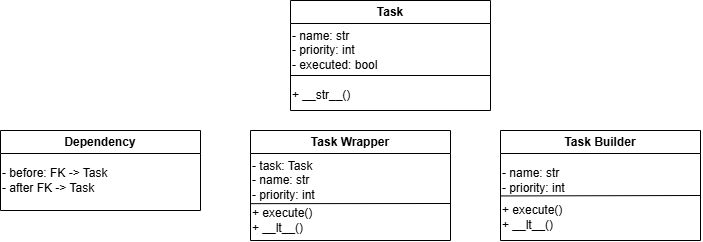
Earlier version of the draw.io export TaskScheduler/TaskSchedulerUML.drawio.png (ashu7mishra/Django). Source tidied: cells renumbered, new cells last; positions are measured from the earlier drawing's top-left corner, leaving out a move shared by most shapes.
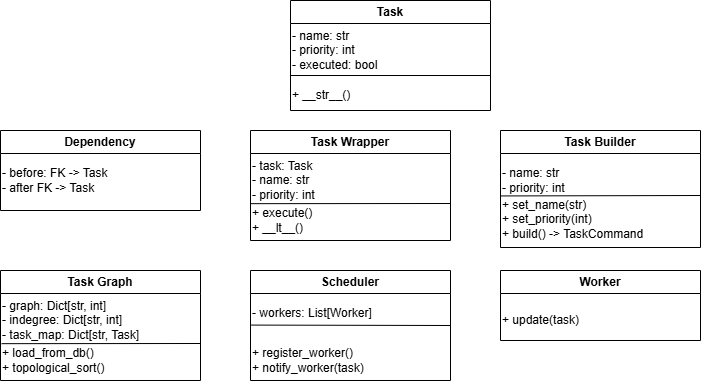
The same file after the commit.

Diff of the diagram source:
```diff
@@ -41,21 +41,64 @@
       </mxGeometry>
     </mxCell>
     <mxCell id="13" style="group;" parent="1" vertex="1">
-      <mxGeometry x="500" y="130" width="200" height="110" as="geometry" />
+      <mxGeometry x="500" y="130" width="200" height="117" as="geometry" />
     </mxCell>
     <mxCell id="14" value="Task Builder" style="swimlane;whiteSpace=wrap;html=1;startSize=23;" parent="13" vertex="1">
-      <mxGeometry width="200" height="110" as="geometry" />
+      <mxGeometry width="200" height="117" as="geometry" />
     </mxCell>
     <mxCell id="15" value="- name: str&lt;div&gt;- priority: int&lt;/div&gt;" style="text;html=1;align=left;verticalAlign=middle;points=[];strokeColor=none;fillColor=none;" parent="14" vertex="1">
       <mxGeometry y="30" width="90" height="40" as="geometry" />
     </mxCell>
-    <mxCell id="16" value="+ execute()&lt;div&gt;+ __lt__()&lt;/div&gt;" style="text;html=1;align=left;verticalAlign=middle;strokeColor=none;fillColor=none;" parent="14" vertex="1">
-      <mxGeometry y="67" width="80" height="40" as="geometry" />
+    <mxCell id="16" value="+ set_name(str)&lt;div&gt;+ set_priority(int)&lt;/div&gt;&lt;div&gt;+ build() -&amp;gt; TaskCommand&lt;/div&gt;" style="text;html=1;align=left;verticalAlign=middle;strokeColor=none;fillColor=none;" parent="14" vertex="1">
+      <mxGeometry y="59" width="160" height="60" as="geometry" />
     </mxCell>
     <mxCell id="17" style="endArrow=none;html=1;rounded=0;exitX=0.007;exitY=0.886;exitDx=0;exitDy=0;exitPerimeter=0;" parent="13" edge="1" source="15">
       <mxGeometry relative="1" as="geometry">
         <mxPoint x="200" y="65" as="targetPoint" />
       </mxGeometry>
     </mxCell>
+    <mxCell id="18" style="group;" parent="1" vertex="1">
+      <mxGeometry y="270" width="200" height="110" as="geometry" />
+    </mxCell>
+    <mxCell id="19" value="Task Graph" style="swimlane;whiteSpace=wrap;html=1;startSize=23;" parent="18" vertex="1">
+      <mxGeometry width="200" height="110" as="geometry" />
+    </mxCell>
+    <mxCell id="20" value="- graph: Dict[str, int]&lt;div&gt;- indegree: Dict[str, int]&lt;/div&gt;&lt;div&gt;- task_map: Dict[str, Task]&lt;/div&gt;" style="text;html=1;align=left;verticalAlign=middle;points=[];strokeColor=none;fillColor=none;" parent="19" vertex="1">
+      <mxGeometry y="20" width="160" height="60" as="geometry" />
+    </mxCell>
+    <mxCell id="21" value="+ load_from_db()&lt;div&gt;+ topological_sort()&lt;/div&gt;" style="text;html=1;align=left;verticalAlign=middle;strokeColor=none;fillColor=none;" parent="19" vertex="1">
+      <mxGeometry y="70" width="130" height="40" as="geometry" />
+    </mxCell>
+    <mxCell id="22" style="endArrow=none;html=1;rounded=0;exitX=0.007;exitY=0.886;exitDx=0;exitDy=0;exitPerimeter=0;" parent="18" edge="1" source="20">
+      <mxGeometry relative="1" as="geometry">
+        <mxPoint x="200" y="73" as="targetPoint" />
+      </mxGeometry>
+    </mxCell>
+    <mxCell id="23" style="group;" parent="1" vertex="1">
+      <mxGeometry x="250" y="270" width="200" height="110" as="geometry" />
+    </mxCell>
+    <mxCell id="24" value="Scheduler" style="swimlane;whiteSpace=wrap;html=1;startSize=23;" parent="23" vertex="1">
+      <mxGeometry width="200" height="110" as="geometry" />
+    </mxCell>
+    <mxCell id="25" value="- workers: List[Worker]" style="text;html=1;align=left;verticalAlign=middle;points=[];strokeColor=none;fillColor=none;" parent="24" vertex="1">
+      <mxGeometry y="28" width="140" height="30" as="geometry" />
+    </mxCell>
+    <mxCell id="26" value="+ register_worker()&lt;div&gt;+ notify_worker(task)&lt;/div&gt;" style="text;html=1;align=left;verticalAlign=middle;strokeColor=none;fillColor=none;" parent="24" vertex="1">
+      <mxGeometry y="70" width="140" height="40" as="geometry" />
+    </mxCell>
+    <mxCell id="27" style="endArrow=none;html=1;rounded=0;exitX=0.007;exitY=0.886;exitDx=0;exitDy=0;exitPerimeter=0;" parent="23" edge="1" source="25">
+      <mxGeometry relative="1" as="geometry">
+        <mxPoint x="200" y="55" as="targetPoint" />
+      </mxGeometry>
+    </mxCell>
+    <mxCell id="28" style="group;" parent="1" vertex="1">
+      <mxGeometry x="500" y="270" width="200" height="110" as="geometry" />
+    </mxCell>
+    <mxCell id="29" value="Worker" style="swimlane;whiteSpace=wrap;html=1;startSize=23;" parent="28" vertex="1">
+      <mxGeometry width="200" height="70" as="geometry" />
+    </mxCell>
+    <mxCell id="30" value="+ update(task)" style="text;html=1;align=left;verticalAlign=middle;strokeColor=none;fillColor=none;" parent="29" vertex="1">
+      <mxGeometry y="35" width="100" height="30" as="geometry" />
+    </mxCell>
   </root>
 </mxGraphModel>
```
